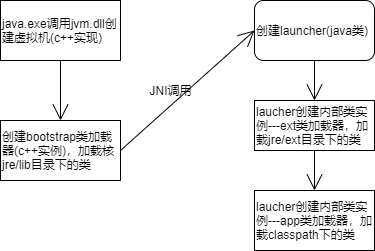
Before: jvm启动.png, a diagram exported from draw.io (onedream719/-). Source tidied: cells renumbered, new cells last; positions are measured from the earlier drawing's top-left corner, leaving out a move shared by most shapes.
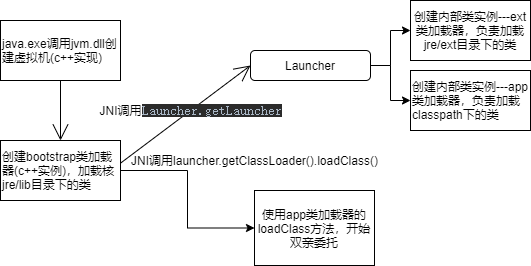
After the change.

The edit, as a diff of the source:
```diff
@@ -8,31 +8,38 @@
     <mxCell id="3" value="java.exe调用jvm.dll创建虚拟机(c++实现)" style="rounded=0;whiteSpace=wrap;html=1;hachureGap=4;align=left;" parent="1" vertex="1">
       <mxGeometry width="120" height="60" as="geometry" />
     </mxCell>
-    <mxCell id="4" style="edgeStyle=none;curved=1;rounded=0;jettySize=auto;html=1;exitX=1;exitY=0.5;exitDx=0;exitDy=0;entryX=0;entryY=0.5;entryDx=0;entryDy=0;endArrow=open;startSize=14;endSize=14;sourcePerimeterSpacing=8;targetPerimeterSpacing=8;" parent="1" edge="1" source="5" target="7">
+    <mxCell id="4" style="edgeStyle=none;curved=1;rounded=0;jettySize=auto;html=1;exitX=1;exitY=0.378;exitDx=0;exitDy=0;entryX=0;entryY=0.5;entryDx=0;entryDy=0;endArrow=open;startSize=14;endSize=14;sourcePerimeterSpacing=8;targetPerimeterSpacing=8;exitPerimeter=0;" parent="1" edge="1" source="5" target="7">
       <mxGeometry relative="1" as="geometry" />
     </mxCell>
+    <mxCell id="12" style="edgeStyle=orthogonalEdgeStyle;rounded=0;jettySize=auto;html=1;entryX=0;entryY=0.5;entryDx=0;entryDy=0;exitX=1;exitY=0.5;exitDx=0;exitDy=0;" parent="1" edge="1" source="5" target="16">
+      <mxGeometry relative="1" as="geometry" />
+    </mxCell>
     <mxCell id="5" value="创建bootstrap类加载器(c++实例)，加载核jre/lib目录下的类" style="rounded=0;whiteSpace=wrap;html=1;hachureGap=4;align=left;" parent="1" vertex="1">
       <mxGeometry y="120" width="120" height="60" as="geometry" />
     </mxCell>
-    <mxCell id="6" style="edgeStyle=none;curved=1;rounded=0;jettySize=auto;html=1;exitX=0.5;exitY=1;exitDx=0;exitDy=0;endArrow=open;startSize=14;endSize=14;sourcePerimeterSpacing=8;targetPerimeterSpacing=8;" parent="1" edge="1" source="7">
-      <mxGeometry relative="1" as="geometry">
-        <mxPoint x="314" y="100" as="targetPoint" />
-      </mxGeometry>
-    </mxCell>
+    <mxCell id="13" style="edgeStyle=orthogonalEdgeStyle;rounded=0;jettySize=auto;html=1;entryX=0;entryY=0.5;entryDx=0;entryDy=0;" parent="1" edge="1" source="7" target="15">
+      <mxGeometry relative="1" as="geometry" />
+    </mxCell>
+    <mxCell id="14" style="edgeStyle=orthogonalEdgeStyle;rounded=0;jettySize=auto;html=1;exitX=1;exitY=0.5;exitDx=0;exitDy=0;entryX=0;entryY=0.5;entryDx=0;entryDy=0;" parent="1" edge="1" source="7" target="11">
+      <mxGeometry relative="1" as="geometry" />
+    </mxCell>
-    <mxCell id="7" value="创建launcher(java类)" style="rounded=1;whiteSpace=wrap;html=1;hachureGap=4;align=left;" parent="1" vertex="1">
-      <mxGeometry x="254" width="120" height="60" as="geometry" />
+    <mxCell id="7" value="Launcher" style="rounded=1;whiteSpace=wrap;html=1;hachureGap=4;align=center;" parent="1" vertex="1">
+      <mxGeometry x="250" y="30" width="120" height="30" as="geometry" />
     </mxCell>
-    <mxCell id="8" value="JNI调用" style="text;html=1;align=center;verticalAlign=middle;strokeColor=none;fillColor=none;" parent="1" vertex="1">
-      <mxGeometry x="140" y="80" width="60" height="20" as="geometry" />
+    <mxCell id="8" value="JNI调用&lt;span style=&quot;background-color: rgb(43 , 43 , 43) ; color: rgb(169 , 183 , 198) ; font-family: &amp;#34;jetbrains mono&amp;#34; , monospace ; font-size: 9.8pt&quot;&gt;Launcher.&lt;/span&gt;&lt;span style=&quot;background-color: rgb(43 , 43 , 43) ; color: rgb(169 , 183 , 198) ; font-family: &amp;#34;jetbrains mono&amp;#34; , monospace ; font-size: 9.8pt&quot;&gt;getLauncher&lt;/span&gt;" style="text;html=1;align=center;verticalAlign=middle;strokeColor=none;fillColor=none;" parent="1" vertex="1">
+      <mxGeometry x="95" y="80" width="190" height="20" as="geometry" />
     </mxCell>
-    <mxCell id="9" style="edgeStyle=none;curved=1;rounded=0;jettySize=auto;html=1;exitX=0.5;exitY=1;exitDx=0;exitDy=0;entryX=0.5;entryY=0;entryDx=0;entryDy=0;endArrow=open;startSize=14;endSize=14;sourcePerimeterSpacing=8;targetPerimeterSpacing=8;" parent="1" edge="1" source="10" target="11">
-      <mxGeometry relative="1" as="geometry" />
-    </mxCell>
-    <mxCell id="10" value="laucher创建内部类实例---ext类加载器，加载jre/ext目录下的类" style="rounded=0;whiteSpace=wrap;html=1;hachureGap=4;align=left;" parent="1" vertex="1">
-      <mxGeometry x="254" y="100" width="120" height="50" as="geometry" />
-    </mxCell>
-    <mxCell id="11" value="laucher创建内部类实例---app类加载器，加载classpath下的类" style="rounded=0;whiteSpace=wrap;html=1;hachureGap=4;align=left;" parent="1" vertex="1">
-      <mxGeometry x="254" y="190" width="120" height="60" as="geometry" />
+    <mxCell id="11" value="创建内部类实例---app类加载器，负责加载classpath下的类" style="rounded=0;whiteSpace=wrap;html=1;hachureGap=4;align=left;" parent="1" vertex="1">
+      <mxGeometry x="410" y="50" width="120" height="60" as="geometry" />
     </mxCell>
+    <mxCell id="15" value="&lt;span style=&quot;text-align: left&quot;&gt;创建内部类实例---ext类加载器，负责加载jre/ext目录下的类&lt;/span&gt;" style="rounded=0;whiteSpace=wrap;html=1;" parent="1" vertex="1">
+      <mxGeometry x="410" y="-20" width="120" height="60" as="geometry" />
+    </mxCell>
+    <mxCell id="16" value="使用app类加载器的loadClass方法，开始双亲委托" style="rounded=0;whiteSpace=wrap;html=1;" parent="1" vertex="1">
+      <mxGeometry x="254" y="170" width="120" height="75" as="geometry" />
+    </mxCell>
+    <mxCell id="17" value="JNI调用launcher.getClassLoader().loadClass()" style="text;html=1;align=center;verticalAlign=middle;strokeColor=none;fillColor=none;" parent="1" vertex="1">
+      <mxGeometry x="124" y="130" width="260" height="20" as="geometry" />
+    </mxCell>
   </root>
 </mxGraphModel>
```
